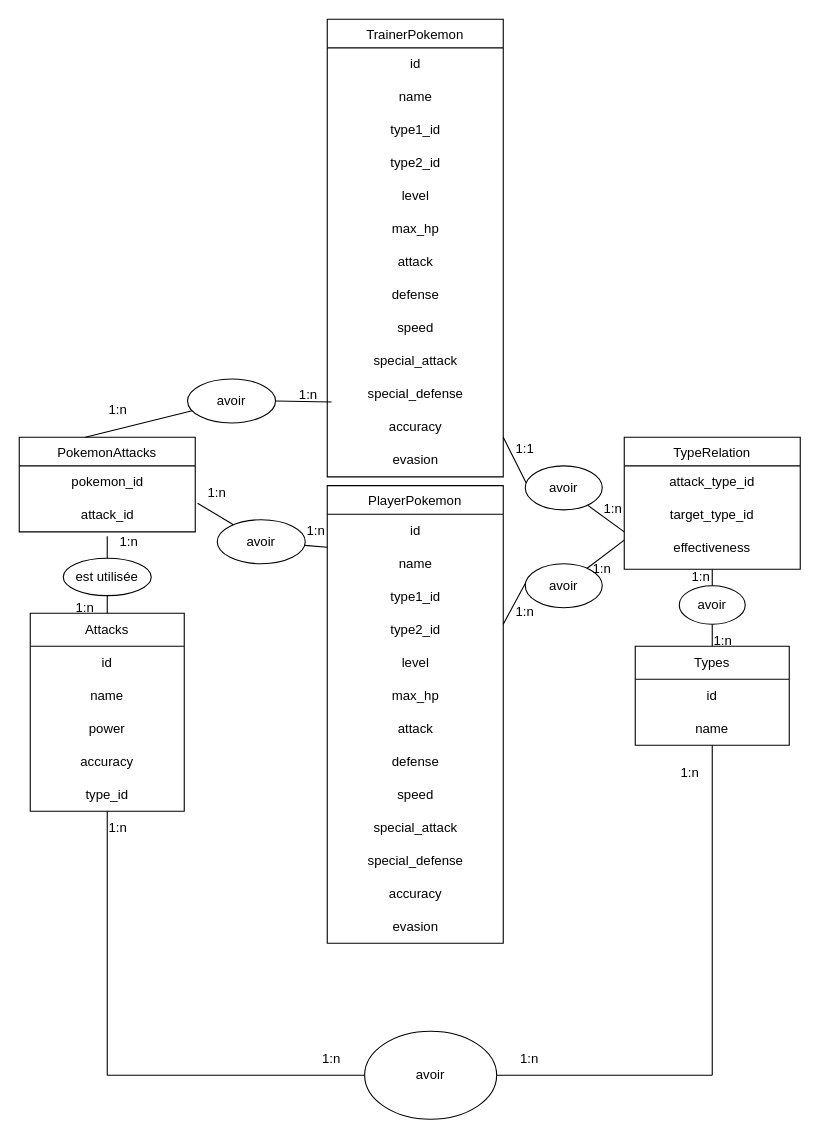
Before: APP_PKMN/Ressources/MCD-pkmn.drawio in SaltyMath/PokemonRafisa, a draw.io diagram. Source tidied: cells renumbered, new cells numbered last; positions are measured from the earlier drawing's top-left corner, leaving out a move shared by most shapes. Both pictures are drawn from the tidied source at 110%, with x=0, y=0 at pixel (19, 19).
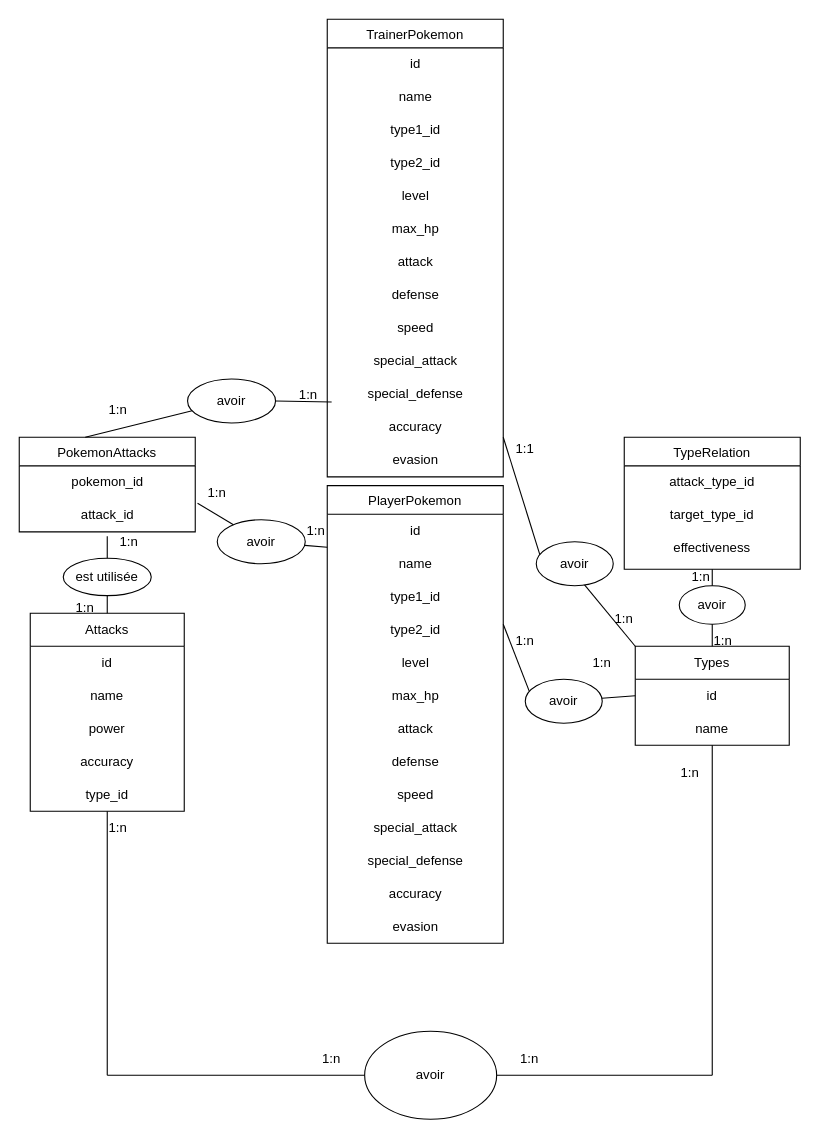
The same diagram, later.

The change refers to these unchanged cells:
```xml
<mxCell id="21" value="target_type_id" style="text;html=1;align=center;verticalAlign=middle;whiteSpace=wrap;rounded=0;" parent="19" vertex="1">
  <mxGeometry y="56" width="160" height="30" as="geometry" />
</mxCell>
<mxCell id="22" value="effectiveness" style="text;html=1;align=center;verticalAlign=middle;whiteSpace=wrap;rounded=0;" parent="19" vertex="1">
  <mxGeometry y="86" width="160" height="30" as="geometry" />
</mxCell>
<mxCell id="59" value="Types" style="swimlane;fontStyle=0;horizontal=1;startSize=30;whiteSpace=wrap;html=1;" parent="1" vertex="1">
  <mxGeometry x="560" y="570" width="140" height="90" as="geometry" />
</mxCell>
<mxCell id="60" value="id" style="text;html=1;align=center;verticalAlign=middle;whiteSpace=wrap;rounded=0;" parent="59" vertex="1">
  <mxGeometry y="30" width="140" height="30" as="geometry" />
</mxCell>
```

What changed in the source:
```diff
@@
-    <mxCell id="62" style="endArrow=none;html=1;rounded=0;entryX=0;entryY=1;entryDx=0;entryDy=0;" parent="1" edge="1" source="67" target="21">
+    <mxCell id="62" style="endArrow=none;html=1;rounded=0;entryX=0;entryY=0;entryDx=0;entryDy=0;exitX=0.614;exitY=0.95;exitDx=0;exitDy=0;exitPerimeter=0;" parent="1" edge="1" source="67" target="59">
       <mxGeometry relative="1" as="geometry" />
     </mxCell>
-    <mxCell id="63" style="endArrow=none;html=1;rounded=0;entryX=0;entryY=0.25;entryDx=0;entryDy=0;" parent="1" edge="1" source="65" target="22">
+    <mxCell id="63" style="endArrow=none;html=1;rounded=0;entryX=0;entryY=0.5;entryDx=0;entryDy=0;" parent="1" edge="1" source="65" target="60">
       <mxGeometry relative="1" as="geometry" />
     </mxCell>
@@
     <mxCell id="65" value="avoir" style="ellipse;whiteSpace=wrap;html=1;" parent="1" vertex="1">
-      <mxGeometry x="460" y="495" width="70" height="40" as="geometry" />
+      <mxGeometry x="460" y="600" width="70" height="40" as="geometry" />
     </mxCell>
@@
     <mxCell id="67" value="avoir" style="ellipse;whiteSpace=wrap;html=1;" parent="1" vertex="1">
-      <mxGeometry x="460" y="406" width="70" height="40" as="geometry" />
+      <mxGeometry x="470" y="475" width="70" height="40" as="geometry" />
     </mxCell>
@@
     <mxCell id="73" value="1:n" style="text;html=1;align=center;verticalAlign=middle;whiteSpace=wrap;rounded=0;" parent="1" vertex="1">
-      <mxGeometry x="530" y="430" width="20" height="30" as="geometry" />
+      <mxGeometry x="540" y="530" width="20" height="30" as="geometry" />
     </mxCell>
     <mxCell id="74" value="1:n" style="text;html=1;align=center;verticalAlign=middle;whiteSpace=wrap;rounded=0;" parent="1" vertex="1">
-      <mxGeometry x="520" y="485" width="20" height="30" as="geometry" />
+      <mxGeometry x="520" y="570" width="20" height="30" as="geometry" />
     </mxCell>
     <mxCell id="75" value="1:n" style="text;html=1;align=center;verticalAlign=middle;whiteSpace=wrap;rounded=0;" parent="1" vertex="1">
-      <mxGeometry x="450" y="524" width="20" height="30" as="geometry" />
+      <mxGeometry x="450" y="550" width="20" height="30" as="geometry" />
     </mxCell>
```
